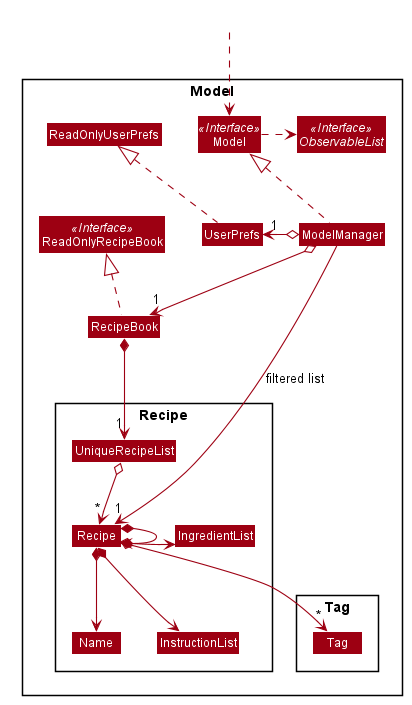
Above: docs/images/ModelClassDiagram.png in nus-cs2103-AY1920S2/addressbook-level3 (PlantUML), before the change.
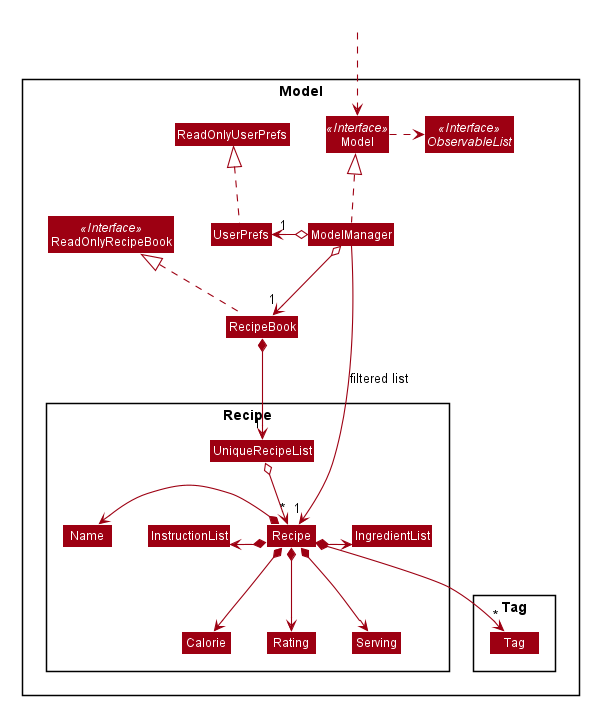
The same file after the commit.

Change to the diagram source:
```diff
@@ -63,11 +63,13 @@
 Class ReadOnlyUserPrefs
 
 Package Recipe {
+Class Calorie
+Class IngredientList
+Class InstructionList
+Class Name
 Class Recipe
-Class Recipe
-Class IngredientList
-Class Name
-Class InstructionList
+Class Rating
+Class Serving
 Class UniqueRecipeList
 }
 
@@ -89,10 +91,12 @@
 
 RecipeBook *--> "1" UniqueRecipeList
 UniqueRecipeList o--> "*" Recipe
-Recipe *--> Name
-Recipe *--> InstructionList
-Recipe *--> IngredientList
-Recipe *--> Recipe
+Recipe *-left-> Name
+Recipe *-left-> InstructionList
+Recipe *-left-> IngredientList
+Recipe *-down-> Calorie
+Recipe *--> Serving
+Recipe *--> Rating
 Recipe *--> "*" Tag
 
 Name -[hidden]right-> InstructionList
```
